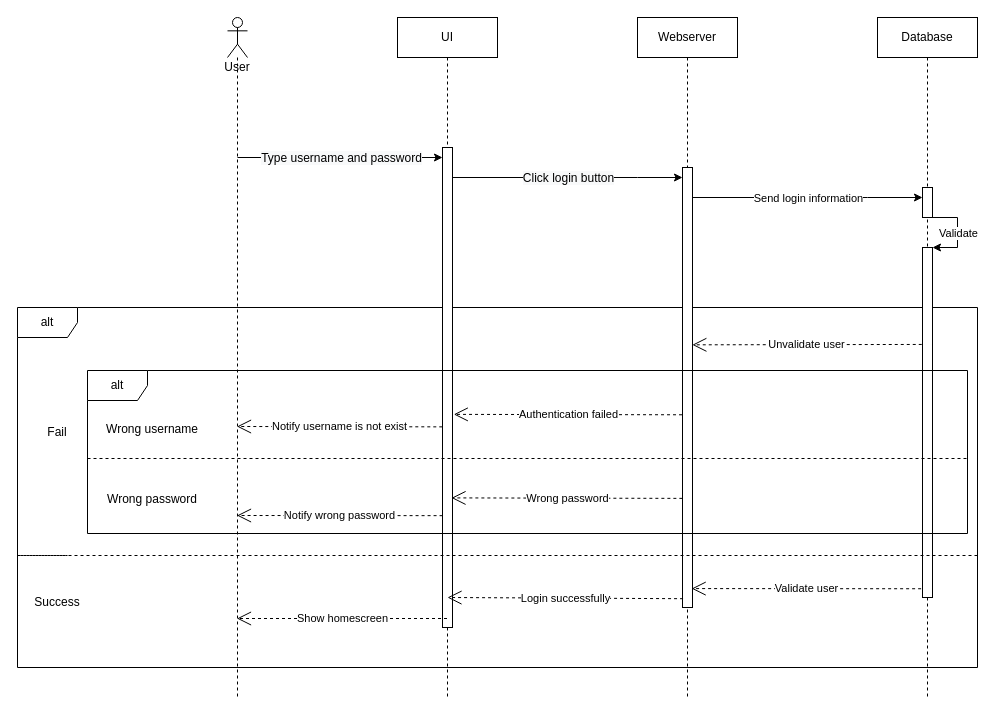
The draw.io diagram page "SD-Login" (5 of 10) of docs/diagrams/Class Diagram.drawio in PhungThanhTu/assets-management-system, before the edit. Source tidied: cells renumbered, new cells numbered last; positions are measured from the earlier drawing's top-left corner, leaving out a move shared by most shapes. Both pictures are drawn from the tidied source at 100%, with x=0, y=0 at pixel (17, 17).
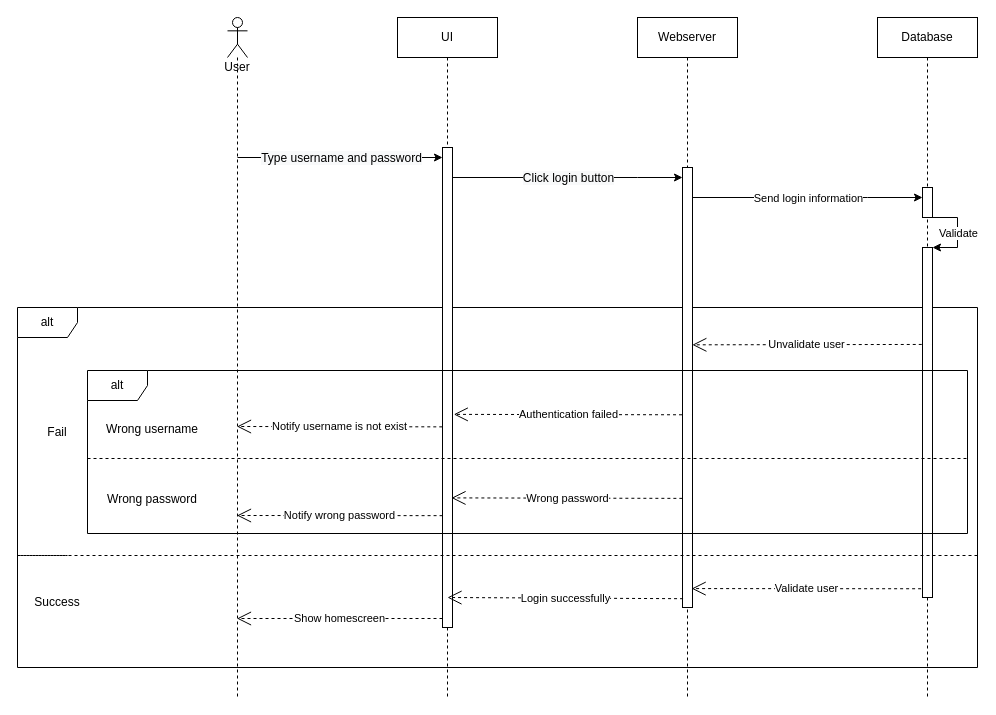
After the change.

The change refers to these unchanged cells:
```xml
<mxCell id="12" style="html=1;points=[];perimeter=orthogonalPerimeter;" parent="11" vertex="1">
  <mxGeometry x="45" y="130" width="10" height="480" as="geometry" />
</mxCell>
```

What changed in the source:
```diff
@@
-    <mxCell id="19" value="Show homescreen" style="endArrow=open;endSize=12;dashed=1;html=1;rounded=0;" parent="1" edge="1">
+    <mxCell id="19" value="Show homescreen" style="endArrow=open;endSize=12;dashed=1;html=1;rounded=0;" parent="1" edge="1" source="12">
       <mxGeometry relative="1" as="geometry">
-        <mxPoint x="429.5" y="601" as="sourcePoint" />
         <mxPoint x="219.5" y="601" as="targetPoint" />
       </mxGeometry>
     </mxCell>
```
